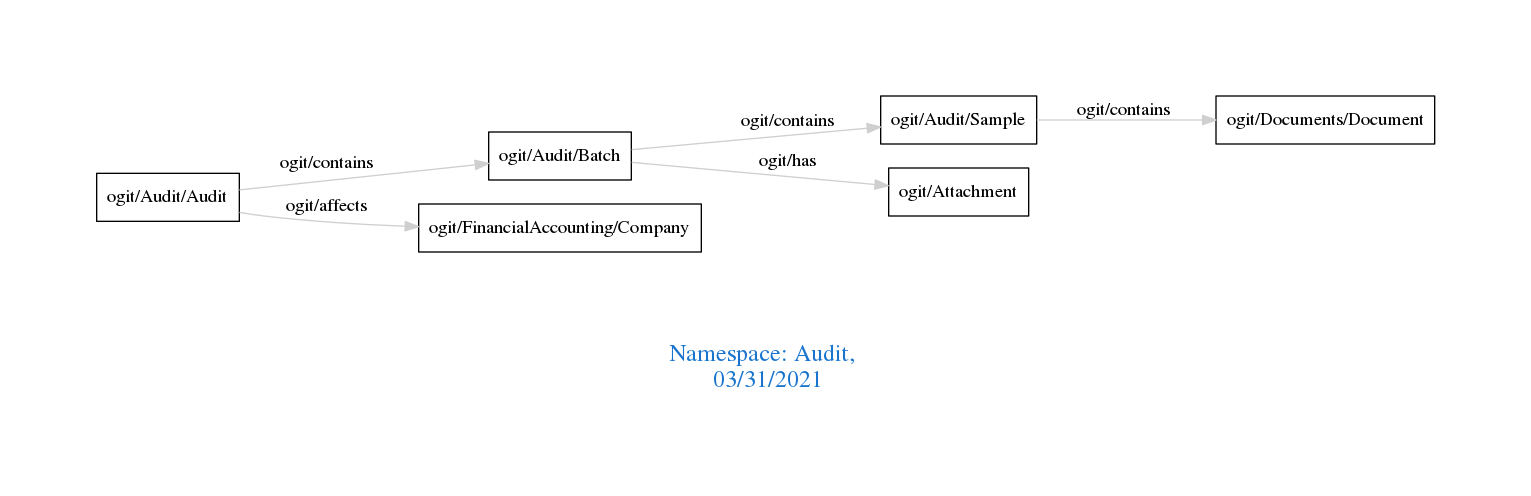
The Graphviz diagram downloads/Audit.png in arago/OGIT, before a commit. Its source is kept beside it as downloads/Audit.dot.
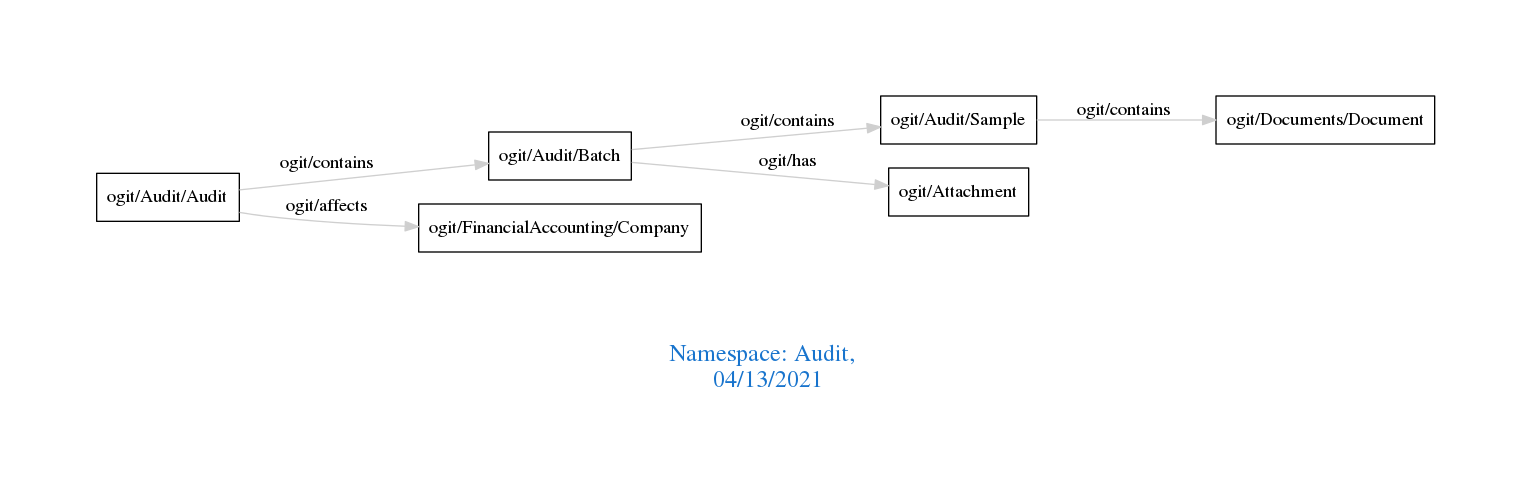
Above is the later version.

Diff of the diagram source:
```diff
@@ -1,7 +1,7 @@
 digraph OGIT_ontology {
  graph [ rankdir= LR,pad=1
 fontsize = 18,
-fontcolor= dodgerblue3,label = "\n\n\nNamespace: Audit, \n 03/31/2021"];
+fontcolor= dodgerblue3,label = "\n\n\nNamespace: Audit, \n 04/13/2021"];
 node[shape=polygon];
 edge [  color="gray81"];
 
```
